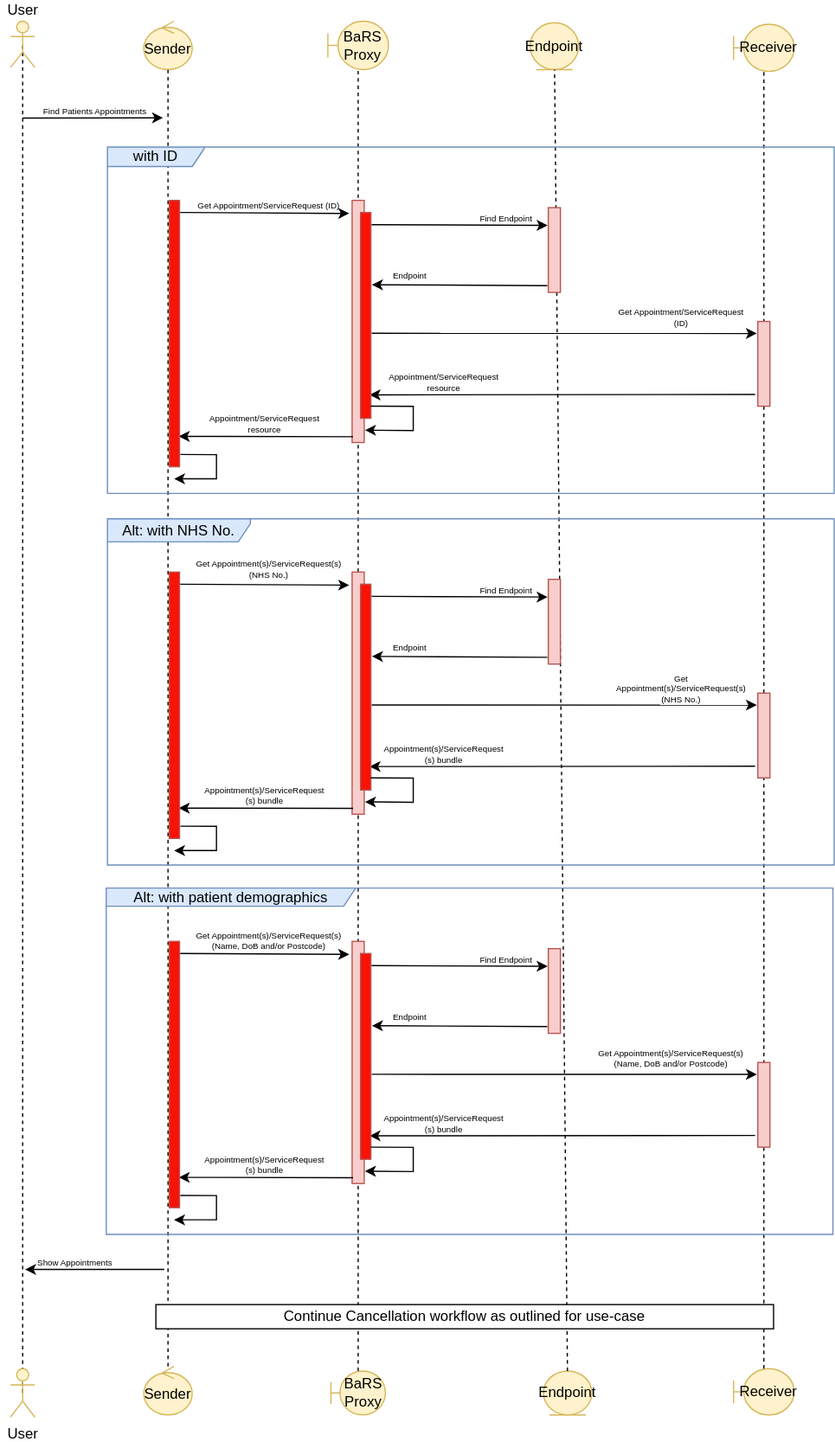
This is BaRS-Images/SequenceDiagrams/BaRS_StandardPattern_Cancellation_Find_Id.svg from NHSDigital/NHSDigital-FHIR-BookingAndReferrals, a draw.io export, as it was before one commit. Source tidied: cells renumbered, new cells last; positions are measured from the earlier drawing's top-left corner, leaving out a move shared by most shapes.
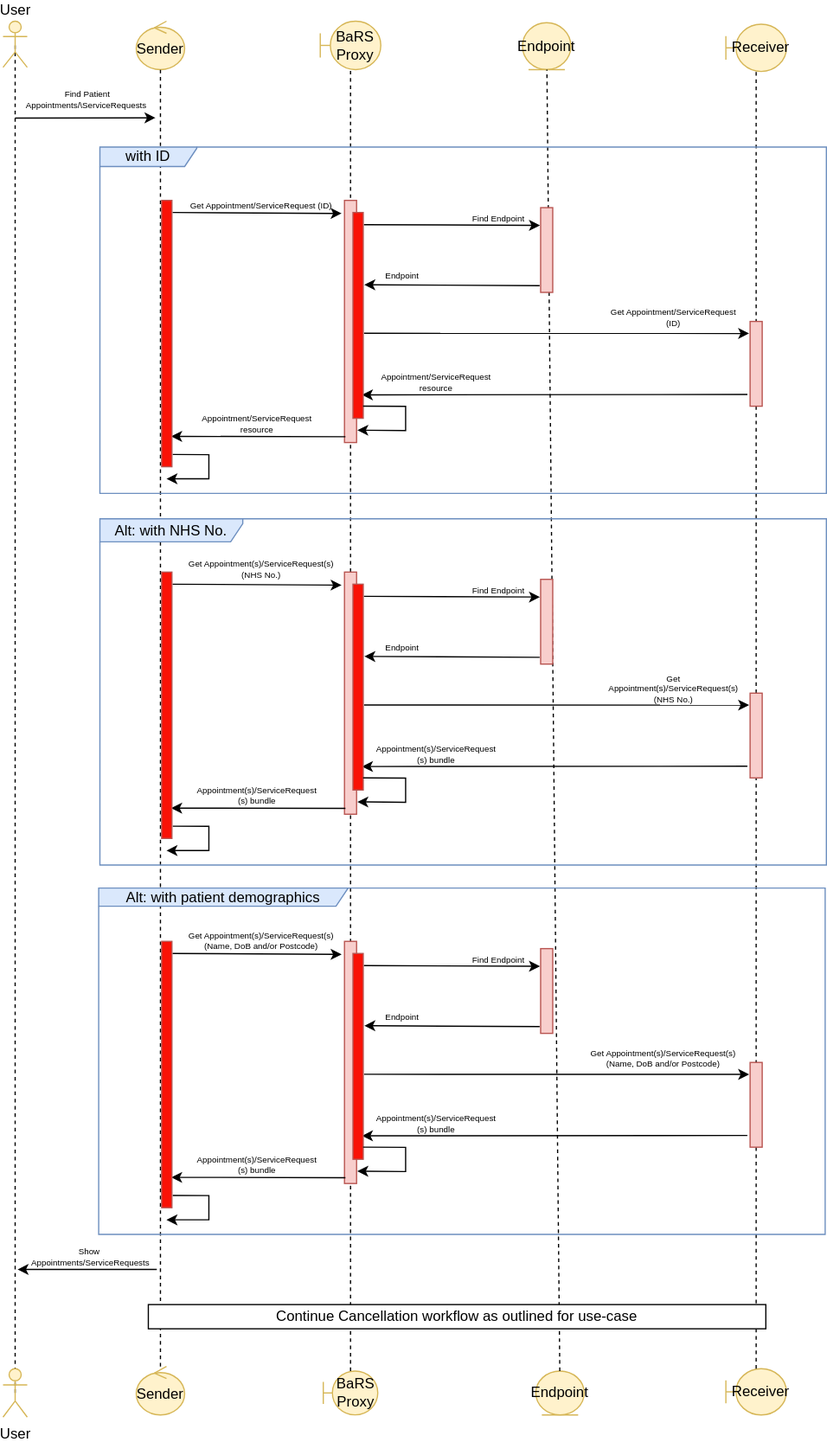
After the commit.

Change to the diagram source:
```diff
@@ -98,8 +98,8 @@
     <mxCell id="29" style="endArrow=classic;html=1;rounded=0;strokeWidth=1;exitX=0.08;exitY=0.976;exitDx=0;exitDy=0;exitPerimeter=0;entryX=0.926;entryY=0.886;entryDx=0;entryDy=0;entryPerimeter=0;" parent="1" edge="1" source="21" target="31">
       <mxGeometry relative="1" as="geometry" />
     </mxCell>
-    <mxCell id="30" value="Find Patients Appointments" style="text;html=1;strokeColor=none;fillColor=none;align=center;verticalAlign=middle;whiteSpace=wrap;rounded=0;fontSize=7;" parent="1" vertex="1">
-      <mxGeometry x="28" y="60" width="100" height="30" as="geometry" />
+    <mxCell id="30" value="Find Patient Appointments/\ServiceRequests&amp;nbsp;" style="text;html=1;strokeColor=none;fillColor=none;align=center;verticalAlign=middle;whiteSpace=wrap;rounded=0;fontSize=7;" parent="1" vertex="1">
+      <mxGeometry x="28" y="40" width="100" height="50" as="geometry" />
     </mxCell>
     <mxCell id="31" style="rounded=0;whiteSpace=wrap;html=1;fillColor=#f91206;strokeColor=#b85450;" parent="1" vertex="1">
       <mxGeometry x="139" y="148" width="8.5" height="220" as="geometry" />
@@ -142,8 +142,8 @@
     <mxCell id="40" value="Appointment/ServiceRequest resource" style="text;html=1;strokeColor=none;fillColor=none;align=center;verticalAlign=middle;whiteSpace=wrap;rounded=0;fontSize=7;" parent="1" vertex="1">
       <mxGeometry x="162.5" y="318" width="110" height="30" as="geometry" />
     </mxCell>
-    <mxCell id="41" value="Show Appointments" style="text;html=1;strokeColor=none;fillColor=none;align=center;verticalAlign=middle;whiteSpace=wrap;rounded=0;fontSize=7;" parent="1" vertex="1">
-      <mxGeometry y="1011" width="123" height="30" as="geometry" />
+    <mxCell id="41" value="Show&amp;nbsp;&lt;div&gt;Appointments/ServiceRequests&lt;/div&gt;" style="text;html=1;strokeColor=none;fillColor=none;align=center;verticalAlign=middle;whiteSpace=wrap;rounded=0;fontSize=7;" parent="1" vertex="1">
+      <mxGeometry x="38" y="1000" width="85" height="41" as="geometry" />
     </mxCell>
     <mxCell id="42" value="Alt: with NHS No." style="shape=umlFrame;whiteSpace=wrap;html=1;width=118;height=19;fillColor=#dae8fc;strokeColor=#6c8ebf;" parent="1" vertex="1">
       <mxGeometry x="88" y="411" width="600" height="286" as="geometry" />
```
